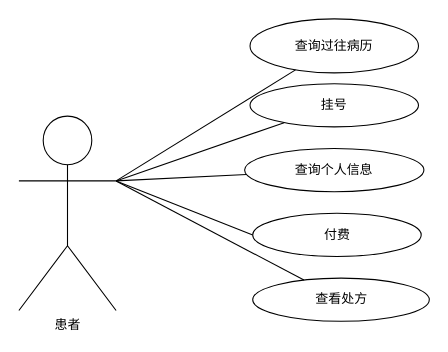
This is page "第 3 页" (3 of 4) of 用例图/未命名绘图.drawio from yansiro145/-, a draw.io file, before an edit. Source tidied: cells renumbered, new cells numbered last; positions are measured from the earlier drawing's top-left corner, leaving out a move shared by most shapes. Both pictures are drawn from the tidied source at 108%, with x=0, y=0 at pixel (18, 18).
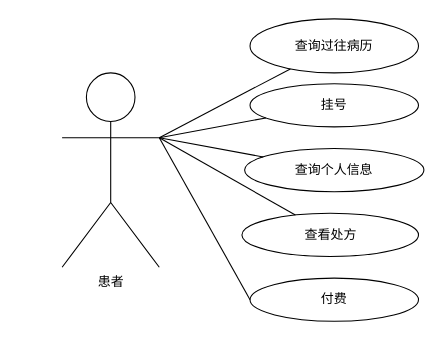
The same diagram, later.

Diff of the diagram source:
```diff
@@
 <mxGraphModel>
   <root>
     <mxCell id="0" />
     <mxCell id="1" parent="0" />
     <mxCell id="2" value="患者" style="shape=umlActor;verticalLabelPosition=bottom;verticalAlign=top;html=1;" parent="1" vertex="1">
-      <mxGeometry y="90" width="90" height="180" as="geometry" />
+      <mxGeometry x="40" y="50" width="90" height="180" as="geometry" />
     </mxCell>
     <mxCell id="3" value="查询过往病历" style="ellipse;whiteSpace=wrap;html=1;" parent="1" vertex="1">
       <mxGeometry x="214" width="156" height="50" as="geometry" />
     </mxCell>
     <mxCell id="4" value="挂号" style="ellipse;whiteSpace=wrap;html=1;" parent="1" vertex="1">
       <mxGeometry x="214" y="60" width="156" height="40" as="geometry" />
     </mxCell>
     <mxCell id="5" value="查询个人信息" style="ellipse;whiteSpace=wrap;html=1;" parent="1" vertex="1">
       <mxGeometry x="209" y="120" width="166" height="40" as="geometry" />
     </mxCell>
     <mxCell id="6" value="付费" style="ellipse;whiteSpace=wrap;html=1;" parent="1" vertex="1">
-      <mxGeometry x="216.5" y="180" width="156" height="40" as="geometry" />
+      <mxGeometry x="214" y="240" width="156" height="40" as="geometry" />
     </mxCell>
     <mxCell id="7" value="查看处方" style="ellipse;whiteSpace=wrap;html=1;" parent="1" vertex="1">
-      <mxGeometry x="216.5" y="240" width="163.5" height="40" as="geometry" />
+      <mxGeometry x="206.5" y="180" width="163.5" height="40" as="geometry" />
     </mxCell>
-    <mxCell id="8" style="endArrow=none;html=1;rounded=0;" parent="1" edge="1" target="3">
-      <mxGeometry relative="1" as="geometry">
-        <mxPoint x="90" y="150" as="sourcePoint" />
-      </mxGeometry>
+    <mxCell id="8" style="endArrow=none;html=1;rounded=0;exitX=1;exitY=0.3333333333333333;exitDx=0;exitDy=0;exitPerimeter=0;" parent="1" edge="1" source="2" target="3">
+      <mxGeometry relative="1" as="geometry" />
     </mxCell>
-    <mxCell id="9" style="endArrow=none;html=1;rounded=0;" parent="1" edge="1" target="7">
-      <mxGeometry relative="1" as="geometry">
-        <mxPoint x="90" y="150" as="sourcePoint" />
-      </mxGeometry>
+    <mxCell id="9" style="endArrow=none;html=1;rounded=0;exitX=1;exitY=0.3333333333333333;exitDx=0;exitDy=0;exitPerimeter=0;" parent="1" edge="1" source="2" target="7">
+      <mxGeometry relative="1" as="geometry" />
     </mxCell>
-    <mxCell id="10" style="endArrow=none;html=1;rounded=0;entryX=0;entryY=0.5;entryDx=0;entryDy=0;" parent="1" edge="1" target="6">
-      <mxGeometry relative="1" as="geometry">
-        <mxPoint x="90" y="150" as="sourcePoint" />
-      </mxGeometry>
+    <mxCell id="10" style="endArrow=none;html=1;rounded=0;entryX=0;entryY=0.5;entryDx=0;entryDy=0;exitX=1;exitY=0.3333333333333333;exitDx=0;exitDy=0;exitPerimeter=0;" parent="1" edge="1" source="2" target="6">
+      <mxGeometry relative="1" as="geometry" />
     </mxCell>
     <mxCell id="11" style="endArrow=none;html=1;rounded=0;exitX=1;exitY=0.3333333333333333;exitDx=0;exitDy=0;exitPerimeter=0;" parent="1" edge="1" source="2" target="5">
       <mxGeometry relative="1" as="geometry" />
     </mxCell>
     <mxCell id="12" style="endArrow=none;html=1;rounded=0;exitX=1;exitY=0.3333333333333333;exitDx=0;exitDy=0;exitPerimeter=0;" parent="1" edge="1" source="2" target="4">
       <mxGeometry relative="1" as="geometry" />
     </mxCell>
   </root>
 </mxGraphModel>
```
